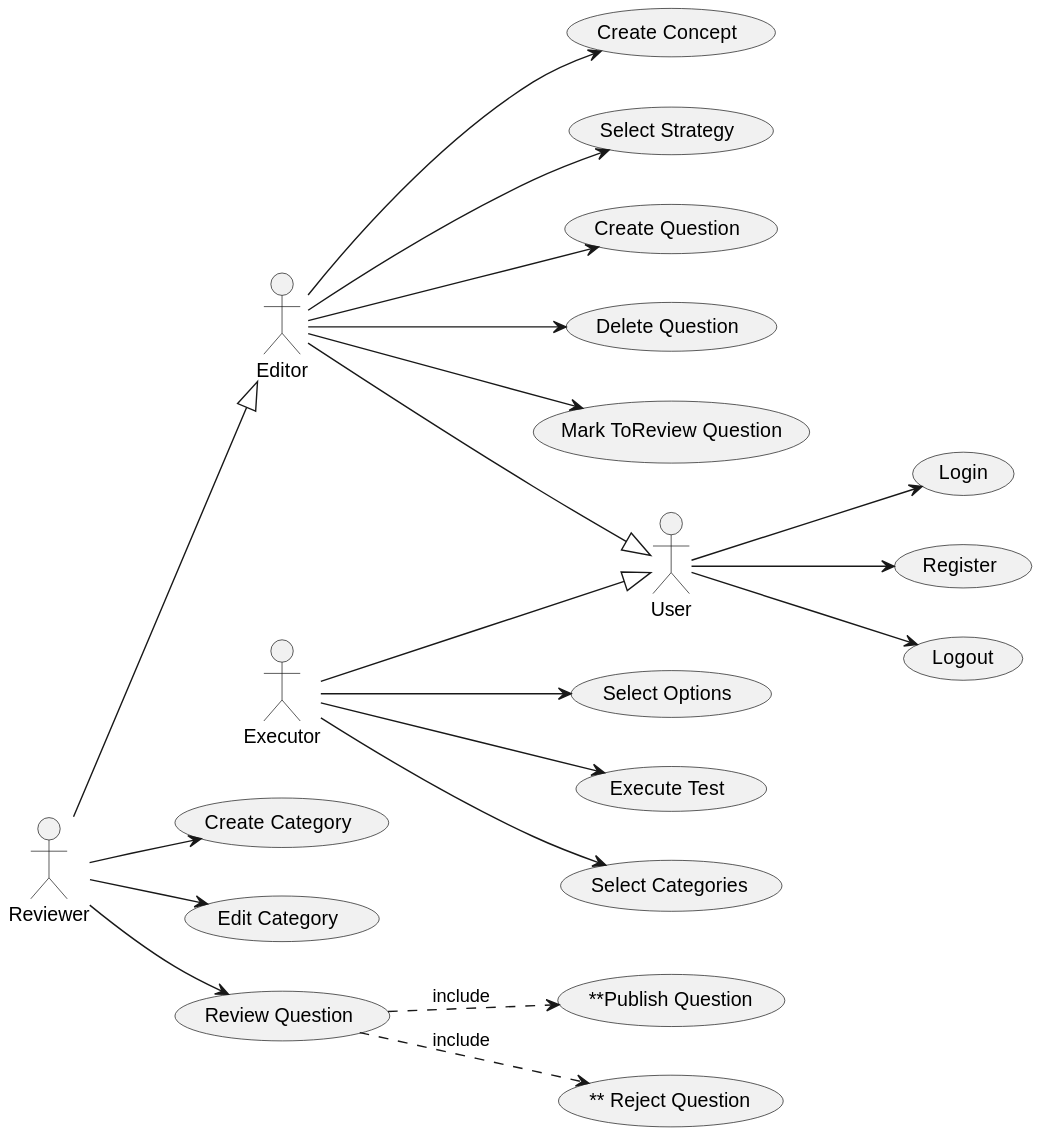
Before: out/doc/useCases_app/useCases_app.svg, a diagram exported from PlantUML (Joselon/ProyectoOpoTest).
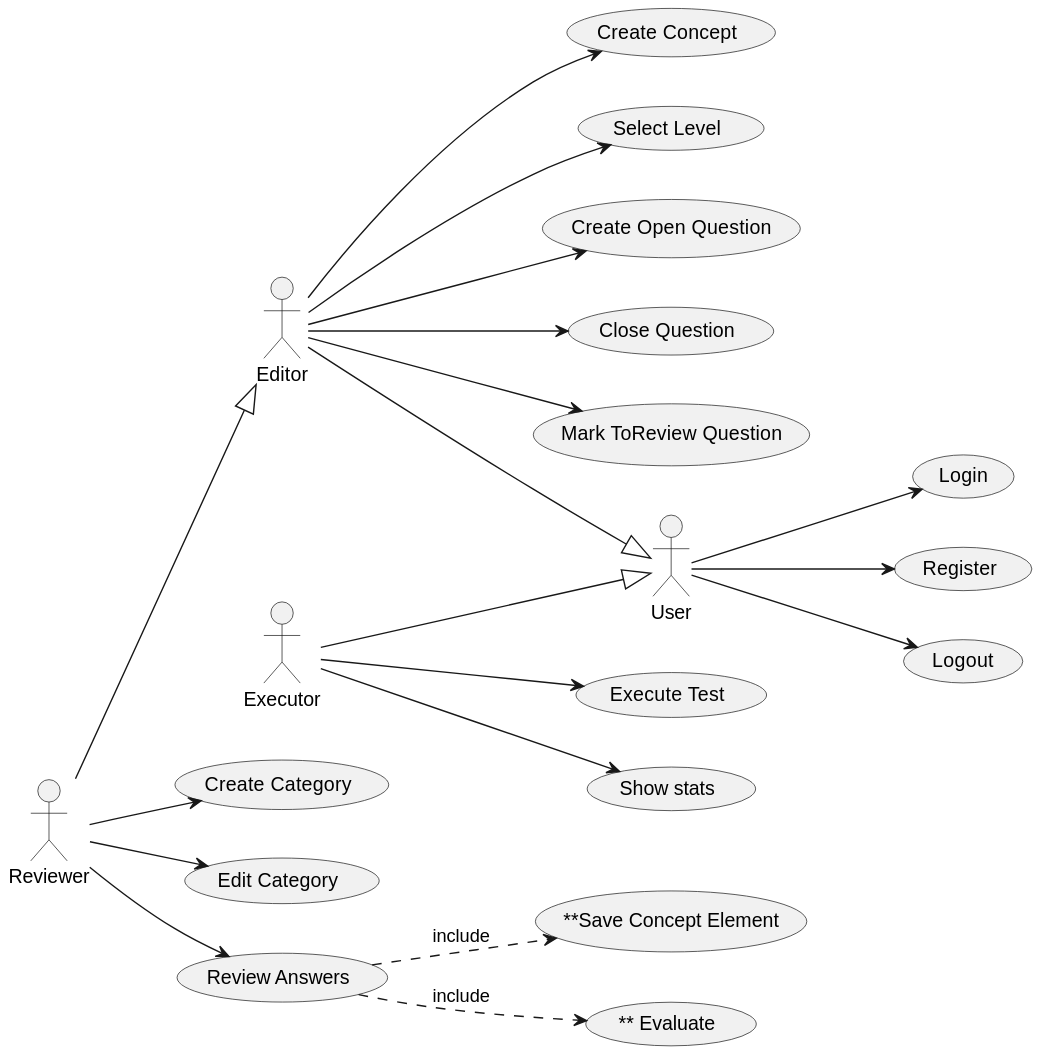
The same file after the commit.

What changed in the source:
```diff
@@ -8,20 +8,19 @@
 usecase "Logout" as logout
 
 usecase "Create Concept" as createConcept
-usecase "Select Strategy" as selectStrategy
-usecase "Create Question" as createQ
-usecase "Delete Question" as deleteQ
+usecase "Select Level" as selectLevel
+usecase "Create Open Question" as createQ
+usecase "Close Question" as deleteQ
 
-usecase "Select Categories" as selectCats
-usecase "Select Options" as selectOps
+usecase "Show stats" as stats
 usecase "Execute Test" as execT
 
 usecase "Create Category" as createCat
 usecase "Edit Category" as editC
 usecase "Mark ToReview Question" as markQ
-usecase "** Reject Question" as rejectA
-usecase "Review Question" as reviewQ
-usecase "**Publish Question" as publishQ
+usecase "** Evaluate" as rejectA
+usecase "Review Answers" as reviewQ
+usecase "**Save Concept Element" as publishQ
 
 
 Editor --|> User
@@ -29,7 +28,7 @@
 Executor --|> User
 
 Editor --> createConcept
-Editor --> selectStrategy
+Editor --> selectLevel
 Editor --> createQ
 Editor --> deleteQ
 Editor --> markQ
@@ -38,8 +37,7 @@
 User --> register
 User --> logout
 
-Executor --> selectCats
-Executor --> selectOps
+Executor --> stats
 Executor --> execT
 
 Reviewer --> createCat
```
